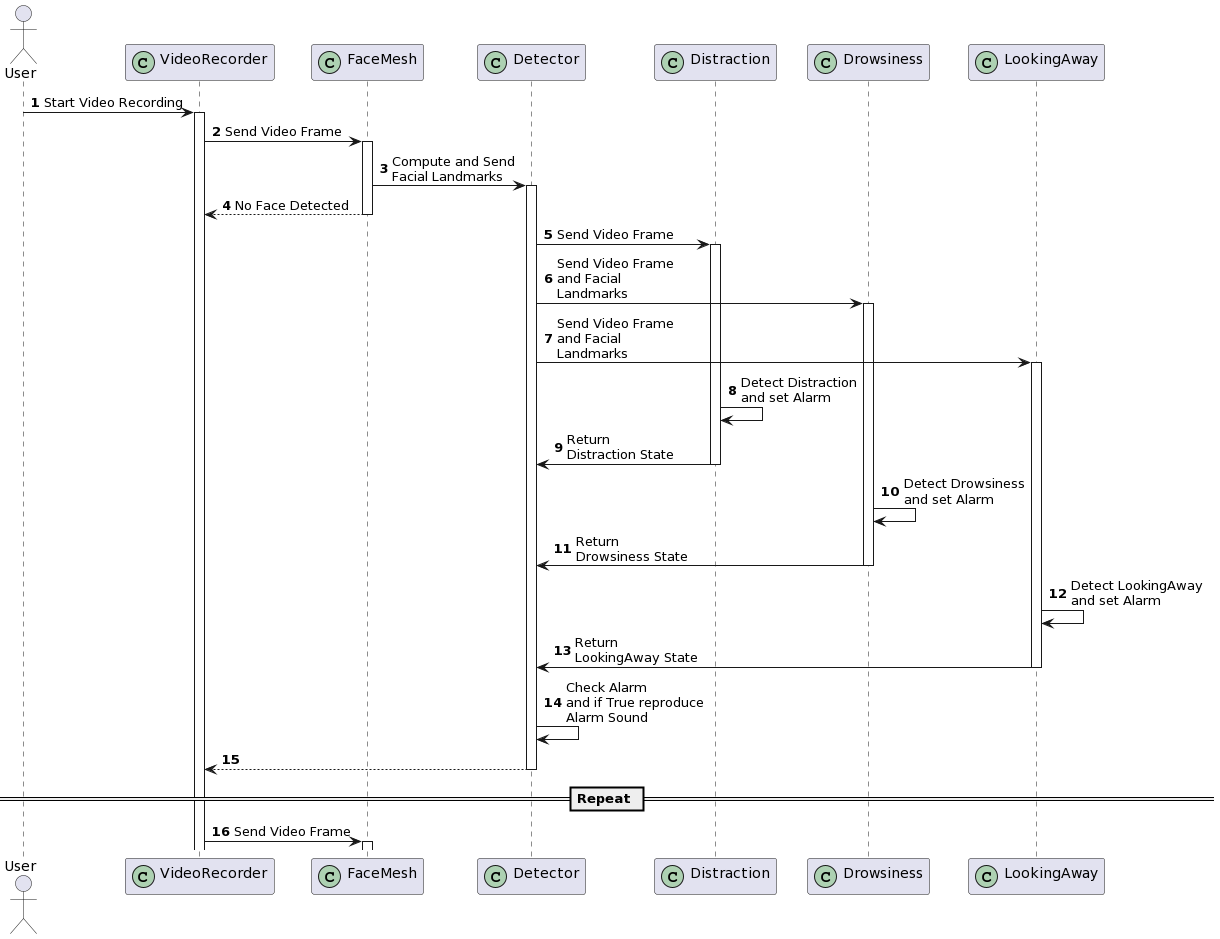
This is reports/figures/sequence/sequence_diagram_video.png from AndreaBe99/multimodal-interaction-project, a PlantUML export, as it was before one commit. Source of this version:
```plantuml
@startuml
actor User
participant VideoRecorder << (C,#ADD1B2) >>
participant FaceMesh << (C,#ADD1B2) >>
participant Detector << (C,#ADD1B2) >>
participant Distraction << (C,#ADD1B2) >>
participant Drowsiness << (C,#ADD1B2) >>
participant LookingAway << (C,#ADD1B2) >>

autonumber
User -> VideoRecorder: Start Video Recording
Activate VideoRecorder

VideoRecorder -> FaceMesh: Send Video Frame
Activate FaceMesh

FaceMesh -> Detector: Compute and Send\nFacial Landmarks
Activate Detector

FaceMesh --> VideoRecorder: No Face Detected
deactivate FaceMesh

Detector -> Distraction: Send Video Frame
Activate Distraction

Detector -> Drowsiness: Send Video Frame\nand Facial\nLandmarks
Activate Drowsiness

Detector -> LookingAway: Send Video Frame\nand Facial\nLandmarks
Activate LookingAway

Distraction -> Distraction: Detect Distraction\nand set Alarm
Distraction -> Detector: Return\nDistraction State
deactivate Distraction

Drowsiness -> Drowsiness: Detect Drowsiness\nand set Alarm
Drowsiness -> Detector: Return\nDrowsiness State
deactivate Drowsiness

LookingAway -> LookingAway: Detect LookingAway\nand set Alarm
LookingAway -> Detector: Return\nLookingAway State
deactivate LookingAway

Detector -> Detector: Check Alarm\nand if True reproduce\nAlarm Sound
Detector --> VideoRecorder
deactivate Detector

== Repeat ==

VideoRecorder -> FaceMesh: Send Video Frame
Activate FaceMesh
@enduml
```
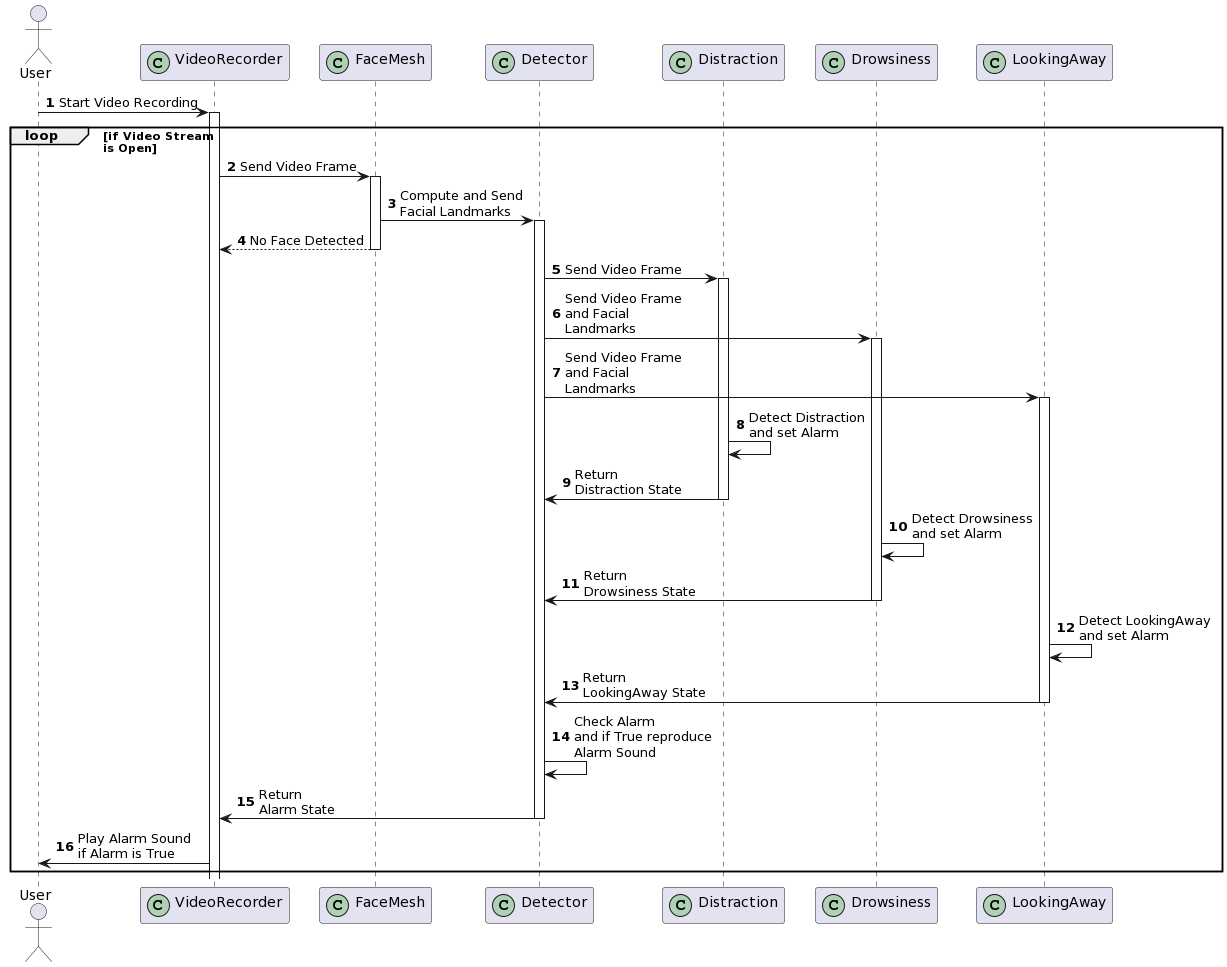
After the commit.

Commit message:
DOCS: update sequence diagram with loop statement.

Diff of the diagram source:
```diff
@@ -11,42 +11,41 @@
 User -> VideoRecorder: Start Video Recording
 Activate VideoRecorder
 
-VideoRecorder -> FaceMesh: Send Video Frame
-Activate FaceMesh
+loop if Video Stream\nis Open
+    VideoRecorder -> FaceMesh: Send Video Frame
+    Activate FaceMesh
 
-FaceMesh -> Detector: Compute and Send\nFacial Landmarks
-Activate Detector
+    FaceMesh -> Detector: Compute and Send\nFacial Landmarks
+    Activate Detector
 
-FaceMesh --> VideoRecorder: No Face Detected
-deactivate FaceMesh
+    FaceMesh --> VideoRecorder: No Face Detected
+    deactivate FaceMesh
 
-Detector -> Distraction: Send Video Frame
-Activate Distraction
+    Detector -> Distraction: Send Video Frame
+    Activate Distraction
 
-Detector -> Drowsiness: Send Video Frame\nand Facial\nLandmarks
-Activate Drowsiness
+    Detector -> Drowsiness: Send Video Frame\nand Facial\nLandmarks
+    Activate Drowsiness
 
-Detector -> LookingAway: Send Video Frame\nand Facial\nLandmarks
-Activate LookingAway
+    Detector -> LookingAway: Send Video Frame\nand Facial\nLandmarks
+    Activate LookingAway
 
-Distraction -> Distraction: Detect Distraction\nand set Alarm
-Distraction -> Detector: Return\nDistraction State
-deactivate Distraction
+    Distraction -> Distraction: Detect Distraction\nand set Alarm
+    Distraction -> Detector: Return\nDistraction State
+    deactivate Distraction
 
-Drowsiness -> Drowsiness: Detect Drowsiness\nand set Alarm
-Drowsiness -> Detector: Return\nDrowsiness State
-deactivate Drowsiness
+    Drowsiness -> Drowsiness: Detect Drowsiness\nand set Alarm
+    Drowsiness -> Detector: Return\nDrowsiness State
+    deactivate Drowsiness
 
-LookingAway -> LookingAway: Detect LookingAway\nand set Alarm
-LookingAway -> Detector: Return\nLookingAway State
-deactivate LookingAway
+    LookingAway -> LookingAway: Detect LookingAway\nand set Alarm
+    LookingAway -> Detector: Return\nLookingAway State
+    deactivate LookingAway
 
-Detector -> Detector: Check Alarm\nand if True reproduce\nAlarm Sound
-Detector --> VideoRecorder
-deactivate Detector
+    Detector -> Detector: Check Alarm\nand if True reproduce\nAlarm Sound
+    Detector -> VideoRecorder: Return\nAlarm State
+    deactivate Detector
 
-== Repeat ==
-
-VideoRecorder -> FaceMesh: Send Video Frame
-Activate FaceMesh
+    VideoRecorder -> User: Play Alarm Sound\nif Alarm is True
+end
 @enduml
```
